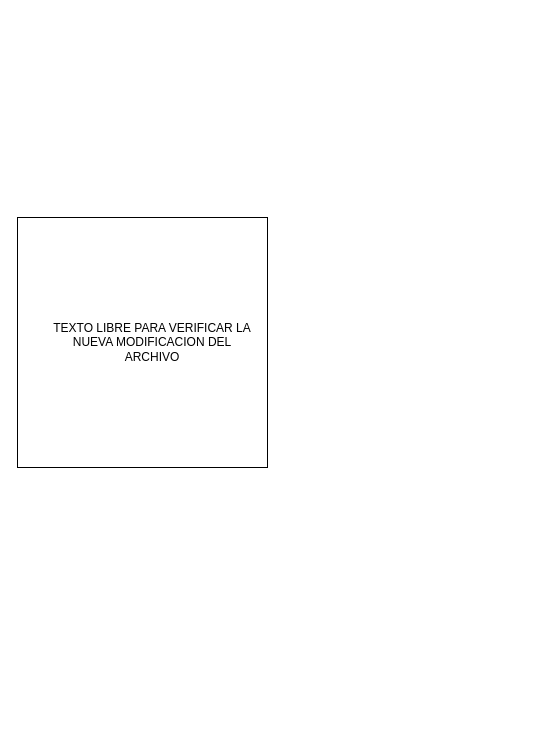
Above: EjemploSubdir_1/RepoEjemplo_1.drawio in fergmoon/RepoFG_Ex1 (draw.io), before the change. Source tidied: cells renumbered, new cells numbered last; positions are measured from the earlier drawing's top-left corner, leaving out a move shared by most shapes. Both pictures are drawn from the tidied source at 100%, with x=0, y=0 at pixel (17, 217).
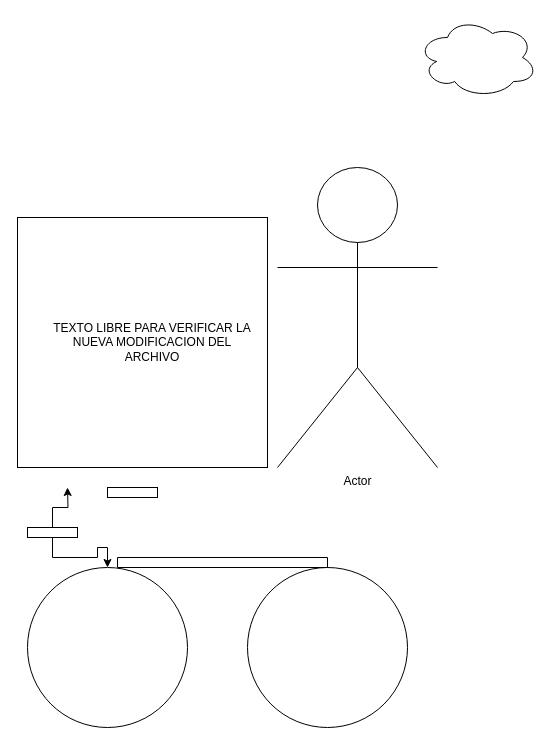
The same diagram, later.

Commit message:
Cambio 2 en archivo drawio

Diff of the diagram source:
```diff
@@
 <mxGraphModel>
   <root>
     <mxCell id="0" />
     <mxCell id="1" parent="0" />
     <mxCell id="2" style="whiteSpace=wrap;html=1;" parent="1" vertex="1">
       <mxGeometry width="250" height="250" as="geometry" />
     </mxCell>
     <mxCell id="3" value="TEXTO LIBRE PARA VERIFICAR LA NUEVA MODIFICACION DEL ARCHIVO" style="text;strokeColor=none;align=center;fillColor=none;html=1;verticalAlign=middle;whiteSpace=wrap;rounded=0;" parent="1" vertex="1">
       <mxGeometry x="30" y="30" width="210" height="190" as="geometry" />
     </mxCell>
+    <mxCell id="4" value="Actor" style="shape=umlActor;verticalLabelPosition=bottom;verticalAlign=top;html=1;" parent="1" vertex="1">
+      <mxGeometry x="260" y="-50" width="160" height="300" as="geometry" />
+    </mxCell>
+    <mxCell id="5" style="ellipse;shape=cloud;whiteSpace=wrap;html=1;" parent="1" vertex="1">
+      <mxGeometry x="400" y="-200" width="120" height="80" as="geometry" />
+    </mxCell>
+    <mxCell id="6" style="ellipse;whiteSpace=wrap;html=1;" parent="1" vertex="1">
+      <mxGeometry x="10" y="350" width="160" height="160" as="geometry" />
+    </mxCell>
+    <mxCell id="7" style="ellipse;whiteSpace=wrap;html=1;" parent="1" vertex="1">
+      <mxGeometry x="230" y="350" width="160" height="160" as="geometry" />
+    </mxCell>
+    <mxCell id="8" style="swimlane;startSize=0;" parent="1" vertex="1">
+      <mxGeometry x="100" y="340" width="210" height="10" as="geometry" />
+    </mxCell>
+    <mxCell id="9" style="edgeStyle=orthogonalEdgeStyle;rounded=0;jettySize=auto;html=1;" parent="1" edge="1" source="11" target="6">
+      <mxGeometry relative="1" as="geometry" />
+    </mxCell>
+    <mxCell id="10" style="edgeStyle=orthogonalEdgeStyle;rounded=0;jettySize=auto;html=1;exitX=0.5;exitY=0;exitDx=0;exitDy=0;" parent="1" edge="1" source="11">
+      <mxGeometry relative="1" as="geometry">
+        <mxPoint x="50" y="270" as="targetPoint" />
+      </mxGeometry>
+    </mxCell>
+    <mxCell id="11" style="rounded=0;whiteSpace=wrap;html=1;" parent="1" vertex="1">
+      <mxGeometry x="10" y="310" width="50" height="10" as="geometry" />
+    </mxCell>
+    <mxCell id="12" style="rounded=0;whiteSpace=wrap;html=1;" parent="1" vertex="1">
+      <mxGeometry x="110" y="300" width="50" as="geometry" />
+    </mxCell>
+    <mxCell id="13" style="rounded=0;whiteSpace=wrap;html=1;" parent="1" vertex="1">
+      <mxGeometry x="90" y="270" width="50" height="10" as="geometry" />
+    </mxCell>
   </root>
 </mxGraphModel>
```
